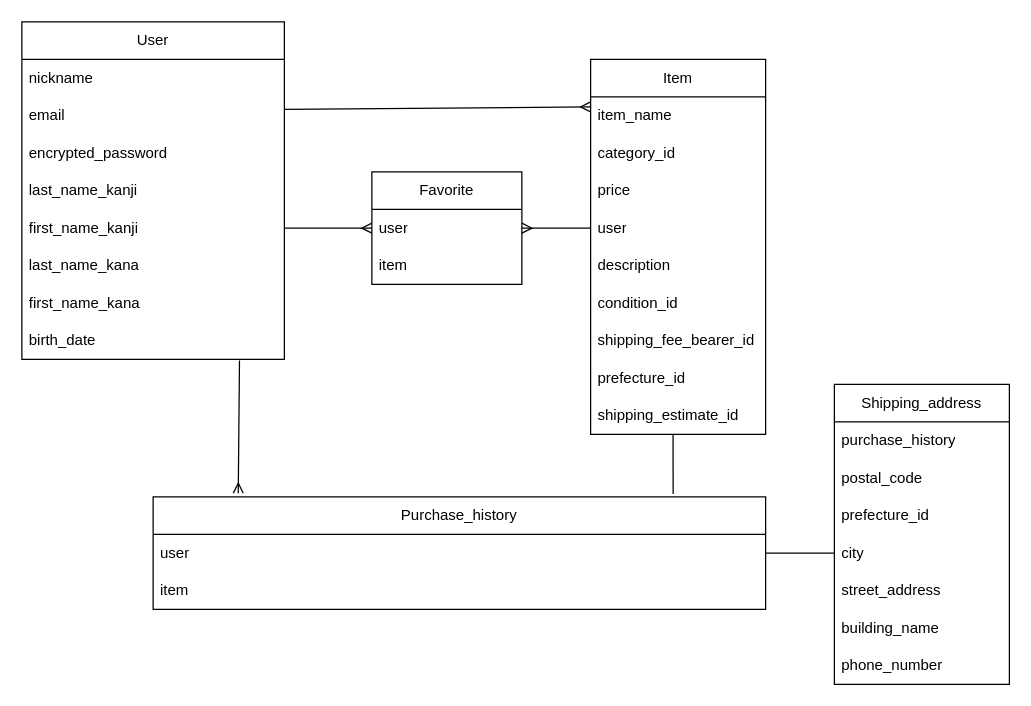
Earlier version of the draw.io diagram er.dio (tttamaki1/furima-39335). Source tidied: cells renumbered, new cells numbered last; positions are measured from the earlier drawing's top-left corner, leaving out a move shared by most shapes. Both pictures are drawn from the tidied source at 125%, with x=0, y=0 at pixel (21, 21).
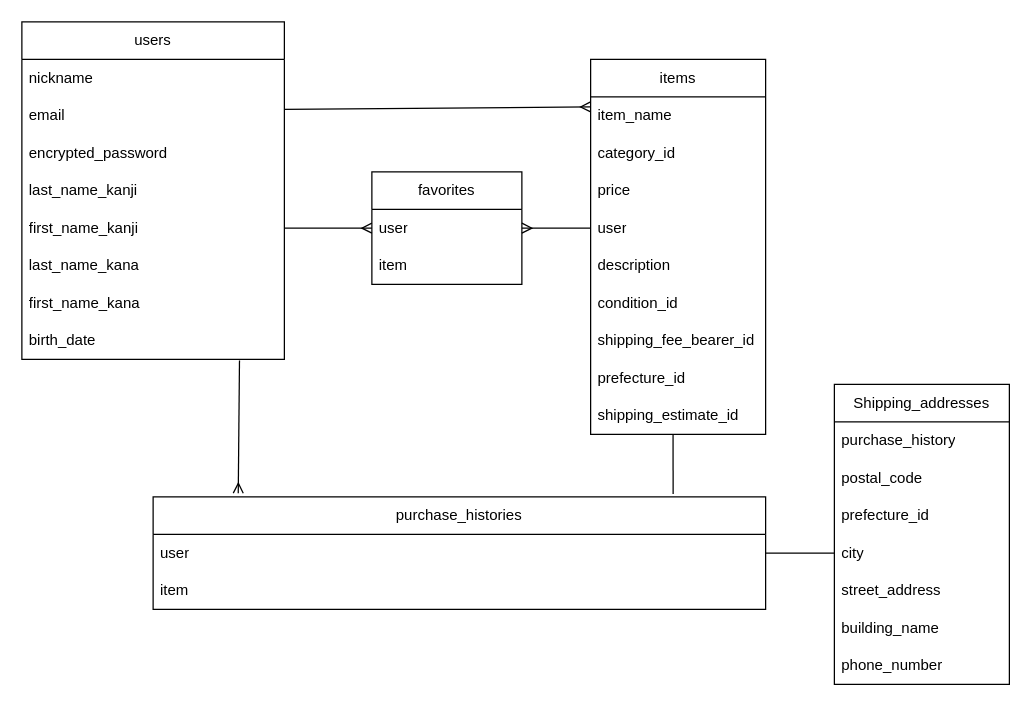
Above is the later version.

Commit message:
テーブル名を複数形に

What changed in the source:
```diff
@@
-    <mxCell id="2" value="User" style="swimlane;fontStyle=0;horizontal=1;startSize=30;whiteSpace=wrap;html=1;" parent="1" vertex="1">
+    <mxCell id="2" value="users" style="swimlane;fontStyle=0;horizontal=1;startSize=30;whiteSpace=wrap;html=1;" parent="1" vertex="1">
       <mxGeometry width="210" height="270" as="geometry" />
     </mxCell>
@@
-    <mxCell id="11" value="Item" style="swimlane;fontStyle=0;horizontal=1;startSize=30;whiteSpace=wrap;html=1;" parent="1" vertex="1">
+    <mxCell id="11" value="items" style="swimlane;fontStyle=0;horizontal=1;startSize=30;whiteSpace=wrap;html=1;" parent="1" vertex="1">
       <mxGeometry x="455" y="30" width="140" height="300" as="geometry" />
     </mxCell>
@@
-    <mxCell id="22" value="Favorite" style="swimlane;fontStyle=0;horizontal=1;startSize=30;whiteSpace=wrap;html=1;" parent="1" vertex="1">
+    <mxCell id="22" value="favorites" style="swimlane;fontStyle=0;horizontal=1;startSize=30;whiteSpace=wrap;html=1;" parent="1" vertex="1">
       <mxGeometry x="280" y="120" width="120" height="90" as="geometry" />
     </mxCell>
@@
-    <mxCell id="27" value="Shipping_address" style="swimlane;fontStyle=0;horizontal=1;startSize=30;whiteSpace=wrap;html=1;" parent="1" vertex="1">
+    <mxCell id="27" value="Shipping_addresses" style="swimlane;fontStyle=0;horizontal=1;startSize=30;whiteSpace=wrap;html=1;" parent="1" vertex="1">
       <mxGeometry x="650" y="290" width="140" height="240" as="geometry" />
     </mxCell>
@@
-    <mxCell id="35" value="Purchase_history" style="swimlane;fontStyle=0;horizontal=1;startSize=30;whiteSpace=wrap;html=1;" parent="1" vertex="1">
+    <mxCell id="35" value="purchase_histories" style="swimlane;fontStyle=0;horizontal=1;startSize=30;whiteSpace=wrap;html=1;" parent="1" vertex="1">
       <mxGeometry x="105" y="380" width="490" height="90" as="geometry" />
     </mxCell>
```
